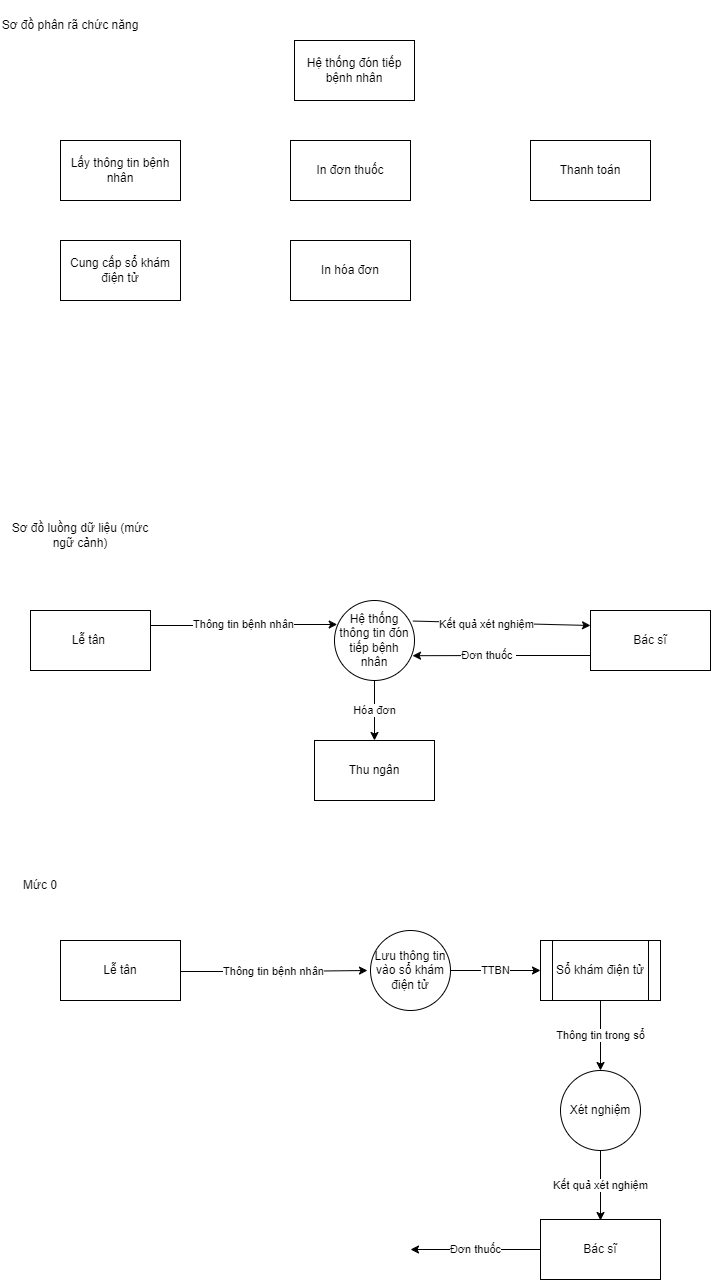
InfiniteByte1811/branch1 keeps this draw.io diagram as DFD4.png. Above is the earlier version. Source tidied: cells renumbered, new cells last; positions are measured from the earlier drawing's top-left corner, leaving out a move shared by most shapes.
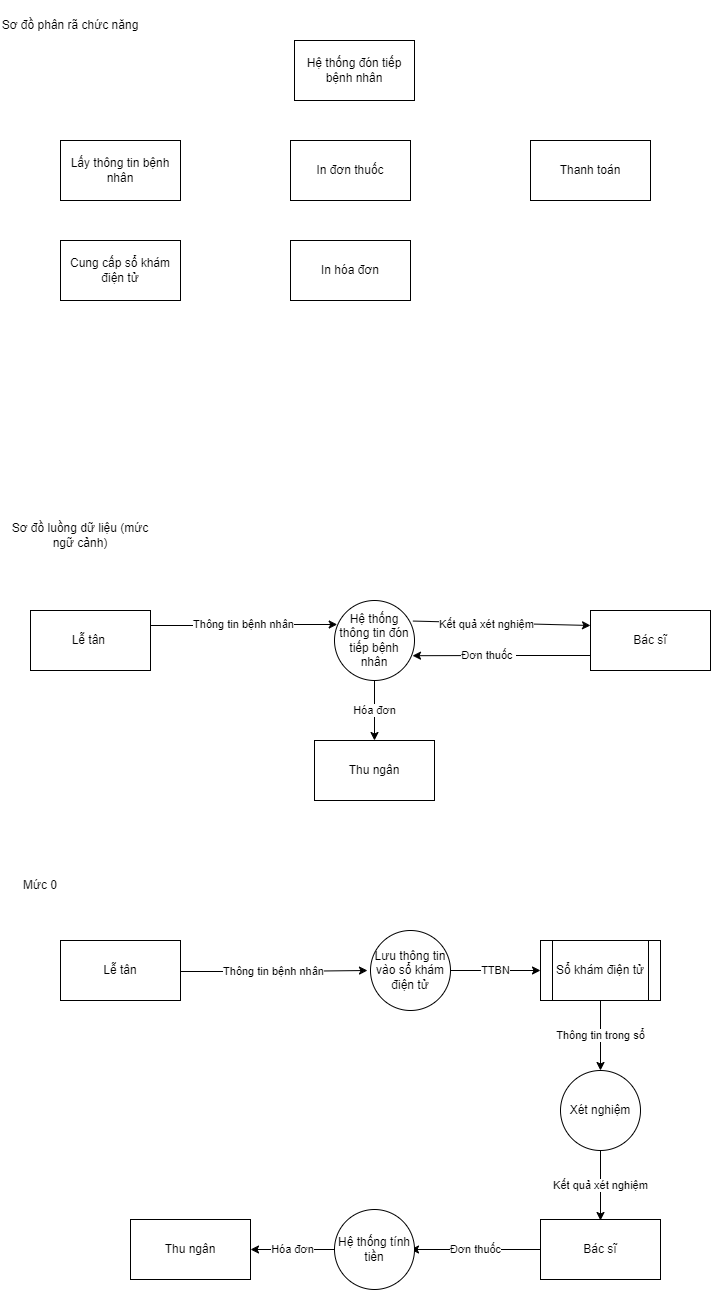
The same diagram one commit later.

Commit message:
Cập nhật DFD4.png

Change to the diagram source:
```diff
@@ -100,5 +100,14 @@
     <mxCell id="30" value="Bác sĩ" style="rounded=0;whiteSpace=wrap;html=1;" parent="1" vertex="1">
       <mxGeometry x="540" y="1219" width="120" height="60" as="geometry" />
     </mxCell>
+    <mxCell id="31" value="Hóa đơn" style="edgeStyle=orthogonalEdgeStyle;rounded=0;jettySize=auto;html=1;entryX=1;entryY=0.5;entryDx=0;entryDy=0;" parent="1" edge="1" source="32" target="33">
+      <mxGeometry relative="1" as="geometry" />
+    </mxCell>
+    <mxCell id="32" value="Hệ thống tính tiền" style="ellipse;whiteSpace=wrap;html=1;" parent="1" vertex="1">
+      <mxGeometry x="334" y="1209" width="80" height="80" as="geometry" />
+    </mxCell>
+    <mxCell id="33" value="Thu ngân" style="rounded=0;whiteSpace=wrap;html=1;" parent="1" vertex="1">
+      <mxGeometry x="130" y="1219" width="120" height="60" as="geometry" />
+    </mxCell>
   </root>
 </mxGraphModel>
```
